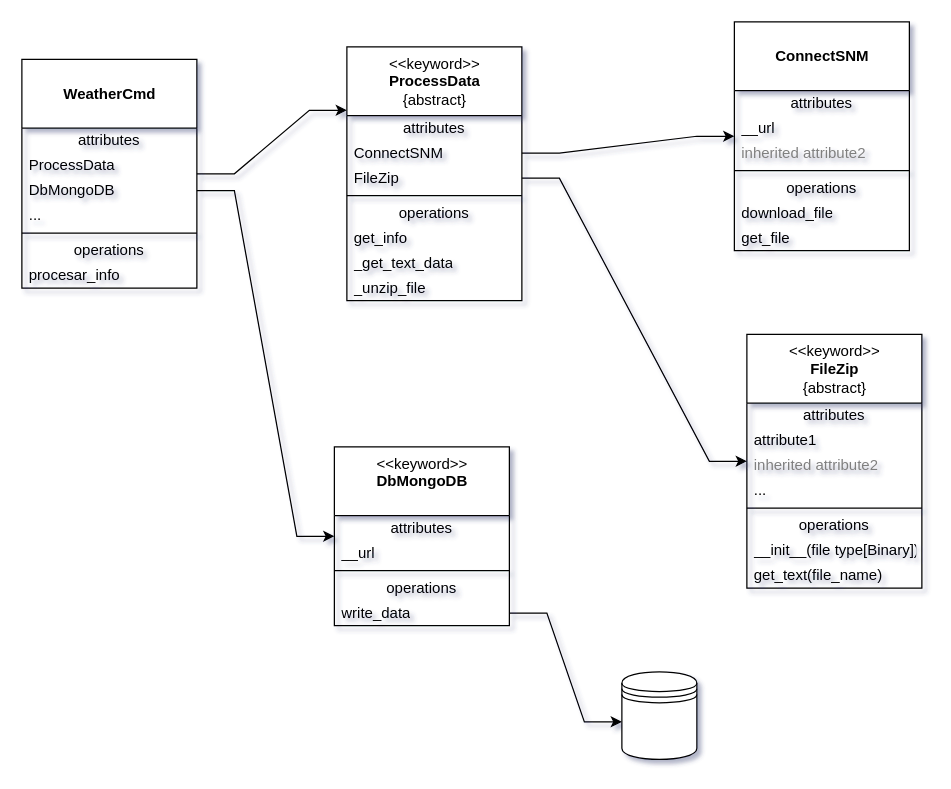
Earlier version of the draw.io diagram page "Page-2" (2 of 3) of diagram.drawio (mejor0108/weather-process). Source tidied: cells renumbered, new cells numbered last; positions are measured from the earlier drawing's top-left corner, leaving out a move shared by most shapes. Both pictures are drawn from the tidied source at 125%, with x=0, y=0 at pixel (21, 21).
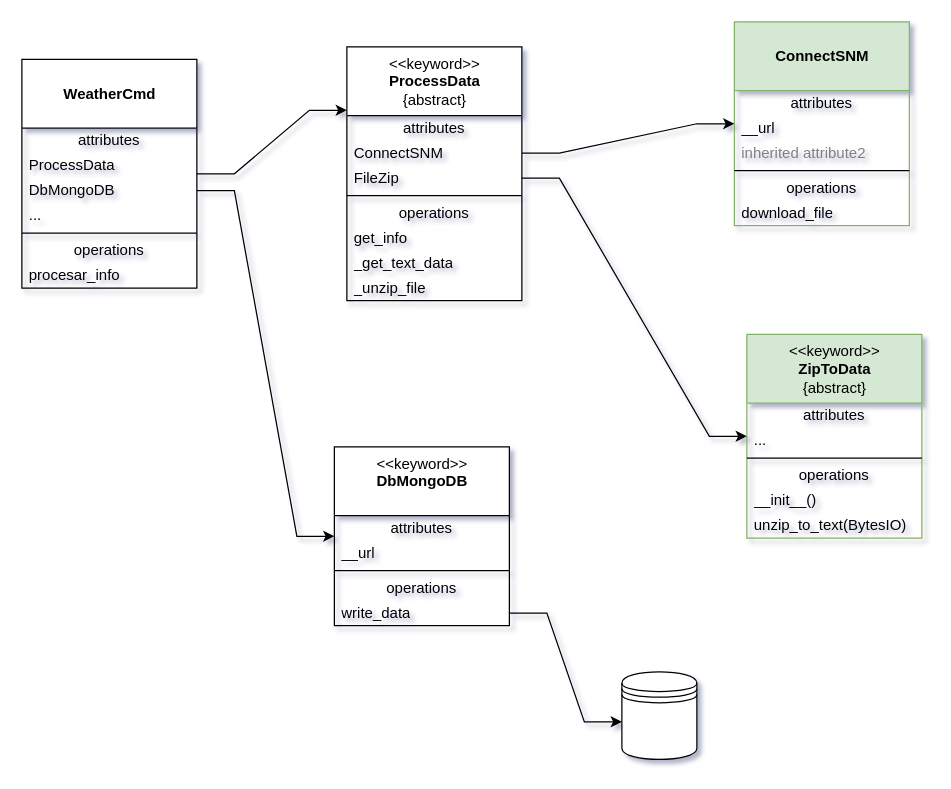
The same diagram, later.

Commit message (it also covers changes not shown here):
Add ZipToData and ProcessData

The edit, as a diff of the source:
```diff
@@
-    <mxCell id="11" value="&lt;br&gt;&lt;b&gt;ConnectSNM&lt;/b&gt;&lt;br&gt;" style="swimlane;fontStyle=0;align=center;verticalAlign=top;horizontal=1;startSize=55;html=1;fillColor=#ffffff;fontColor=#000000;" parent="1" vertex="1">
-      <mxGeometry x="570" width="140" height="183" as="geometry" />
+    <mxCell id="11" value="&lt;br&gt;&lt;b&gt;ConnectSNM&lt;/b&gt;&lt;br&gt;" style="swimlane;fontStyle=0;align=center;verticalAlign=top;horizontal=1;startSize=55;html=1;fillColor=#d5e8d4;strokeColor=#82b366;" parent="1" vertex="1">
+      <mxGeometry x="570" width="140" height="163" as="geometry" />
     </mxCell>
@@
-    <mxCell id="18" value="get_file" style="text;html=1;strokeColor=none;fillColor=none;align=left;verticalAlign=middle;spacingLeft=4;spacingRight=4;overflow=hidden;" parent="11" vertex="1">
-      <mxGeometry y="163" width="140" height="20" as="geometry" />
-    </mxCell>
@@
-    <mxCell id="29" value="&amp;lt;&amp;lt;keyword&amp;gt;&amp;gt;&lt;br&gt;&lt;b&gt;FileZip&lt;/b&gt;&lt;br&gt;{abstract}" style="swimlane;fontStyle=0;align=center;verticalAlign=top;horizontal=1;startSize=55;html=1;fillColor=#ffffff;fontColor=#000000;" parent="1" vertex="1">
-      <mxGeometry x="580" y="250" width="140" height="203" as="geometry" />
+    <mxCell id="29" value="&amp;lt;&amp;lt;keyword&amp;gt;&amp;gt;&lt;br&gt;&lt;b&gt;ZipToData&lt;br&gt;&lt;/b&gt;{abstract}" style="swimlane;fontStyle=0;align=center;verticalAlign=top;horizontal=1;startSize=55;html=1;fillColor=#d5e8d4;strokeColor=#82b366;" parent="1" vertex="1">
+      <mxGeometry x="580" y="250" width="140" height="163" as="geometry" />
     </mxCell>
@@
-    <mxCell id="31" value="attribute1" style="text;html=1;strokeColor=none;fillColor=none;align=left;verticalAlign=middle;spacingLeft=4;spacingRight=4;overflow=hidden;" parent="29" vertex="1">
-      <mxGeometry y="75" width="140" height="20" as="geometry" />
-    </mxCell>
-    <mxCell id="32" value="inherited attribute2" style="text;html=1;strokeColor=none;fillColor=none;align=left;verticalAlign=middle;spacingLeft=4;spacingRight=4;overflow=hidden;fontColor=#808080;" parent="29" vertex="1">
-      <mxGeometry y="95" width="140" height="20" as="geometry" />
-    </mxCell>
     <mxCell id="33" value="..." style="text;html=1;strokeColor=none;fillColor=none;align=left;verticalAlign=middle;spacingLeft=4;spacingRight=4;overflow=hidden;" parent="29" vertex="1">
-      <mxGeometry y="115" width="140" height="20" as="geometry" />
+      <mxGeometry y="75" width="140" height="20" as="geometry" />
     </mxCell>
     <mxCell id="34" style="line;strokeWidth=1;fillColor=none;align=left;verticalAlign=middle;spacingTop=-1;spacingLeft=3;spacingRight=3;labelPosition=right;" parent="29" vertex="1">
-      <mxGeometry y="135" width="140" height="8" as="geometry" />
+      <mxGeometry y="95" width="140" height="8" as="geometry" />
     </mxCell>
     <mxCell id="35" value="operations" style="text;html=1;strokeColor=none;fillColor=none;align=center;verticalAlign=middle;spacingLeft=4;spacingRight=4;overflow=hidden;" parent="29" vertex="1">
-      <mxGeometry y="143" width="140" height="20" as="geometry" />
+      <mxGeometry y="103" width="140" height="20" as="geometry" />
     </mxCell>
-    <mxCell id="36" value="__init__(file type[Binary])" style="text;html=1;strokeColor=none;fillColor=none;align=left;verticalAlign=middle;spacingLeft=4;spacingRight=4;overflow=hidden;" parent="29" vertex="1">
-      <mxGeometry y="163" width="140" height="20" as="geometry" />
+    <mxCell id="36" value="__init__()" style="text;html=1;strokeColor=none;fillColor=none;align=left;verticalAlign=middle;spacingLeft=4;spacingRight=4;overflow=hidden;" parent="29" vertex="1">
+      <mxGeometry y="123" width="140" height="20" as="geometry" />
     </mxCell>
-    <mxCell id="37" value="get_text(file_name)" style="text;html=1;strokeColor=none;fillColor=none;align=left;verticalAlign=middle;spacingLeft=4;spacingRight=4;overflow=hidden;" parent="29" vertex="1">
-      <mxGeometry y="183" width="140" height="20" as="geometry" />
+    <mxCell id="37" value="unzip_to_text(BytesIO)" style="text;html=1;strokeColor=none;fillColor=none;align=left;verticalAlign=middle;spacingLeft=4;spacingRight=4;overflow=hidden;" parent="29" vertex="1">
+      <mxGeometry y="143" width="140" height="20" as="geometry" />
     </mxCell>
```
